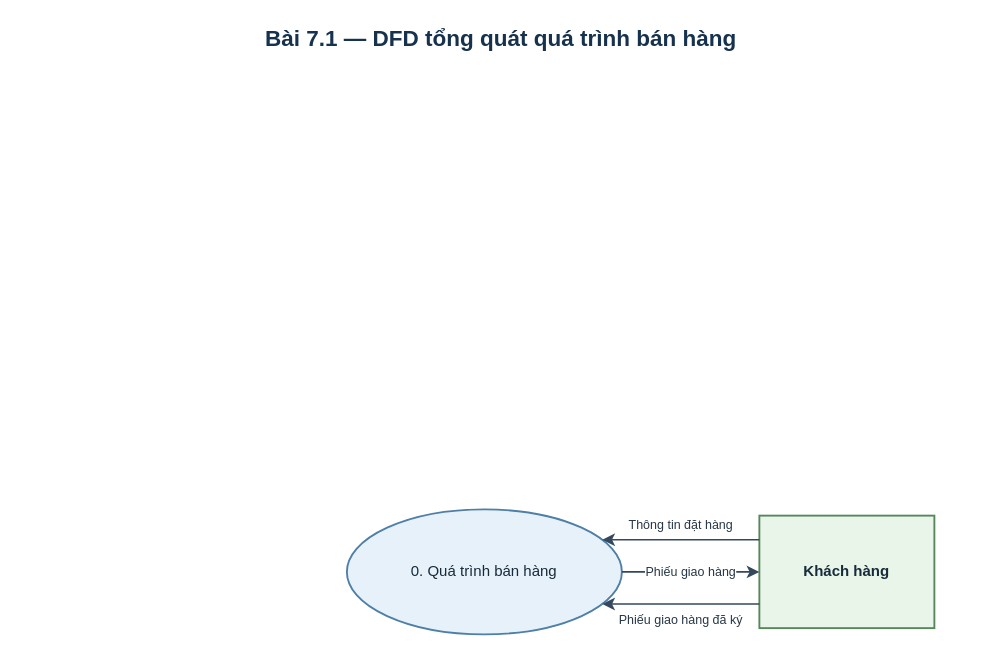
saigonbaddielover/thtrang keeps this draw.io diagram as assets/drawio/09_sales_context_dfd.drawio. Above is the earlier version. Source tidied: cells renumbered, new cells numbered last; positions are measured from the earlier drawing's top-left corner, leaving out a move shared by most shapes. Both pictures are drawn from the tidied source at 125%, with x=0, y=0 at pixel (21, 21).
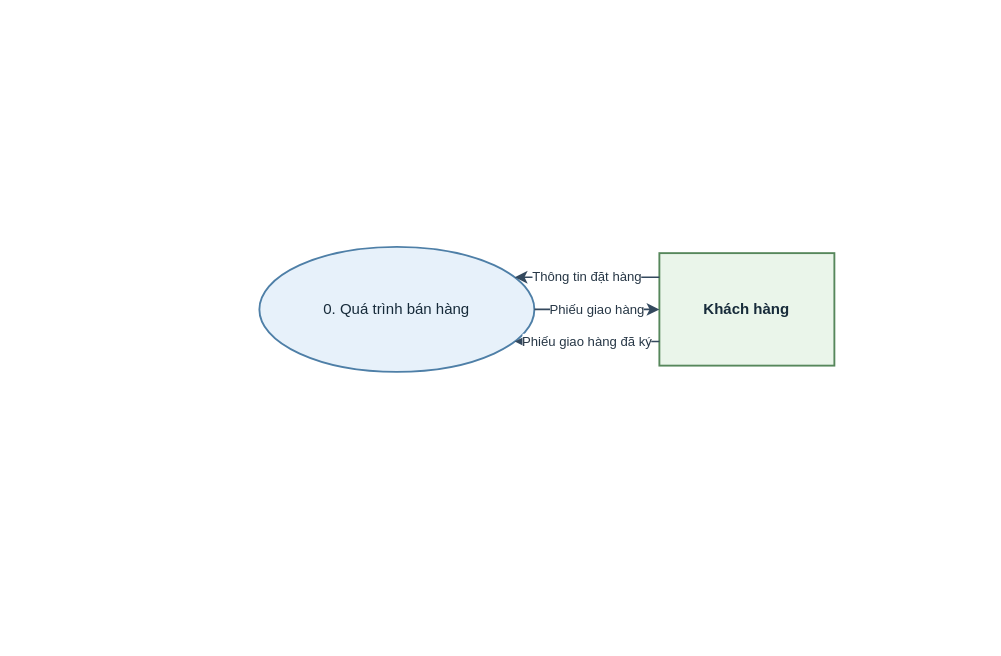
After the change.

The edit, as a diff of the source:
```diff
@@
 <mxGraphModel>
   <root>
     <mxCell id="0" />
     <mxCell id="1" parent="0" />
-    <mxCell id="2" value="Bài 7.1 — DFD tổng quát quá trình bán hàng" style="text;html=1;whiteSpace=wrap;align=center;verticalAlign=middle;fontFamily=Arial;fontSize=18;fontStyle=1;fontColor=#17324D;strokeColor=none;fillColor=none;" parent="1" vertex="1">
-      <mxGeometry width="767" height="28" as="geometry" />
-    </mxCell>
     <mxCell id="3" value="0. Quá trình bán hàng" style="shape=ellipse;perimeter=ellipsePerimeter;html=1;whiteSpace=wrap;fontFamily=Arial;align=center;verticalAlign=middle;fontColor=#172B3A; fontSize=11;spacing=5;fillColor=#E7F1FA;strokeColor=#4E7FA7;strokeWidth=1.5;" parent="1" vertex="1">
-      <mxGeometry x="260" y="390" width="220" height="100" as="geometry" />
+      <mxGeometry x="190" y="180" width="220" height="100" as="geometry" />
     </mxCell>
     <mxCell id="4" value="Khách hàng" style="rounded=0;html=1;whiteSpace=wrap;fontFamily=Arial;align=center;verticalAlign=middle;fontColor=#172B3A; fontSize=11;fontStyle=1;spacing=5;fillColor=#EAF5EA;strokeColor=#56875B;strokeWidth=1.5;" parent="1" vertex="1">
-      <mxGeometry x="590" y="395" width="140" height="90" as="geometry" />
+      <mxGeometry x="510" y="185" width="140" height="90" as="geometry" />
     </mxCell>
-    <mxCell id="5" value="Thông tin đặt hàng" style="edgeStyle=orthogonalEdgeStyle;rounded=0;jettySize=auto;html=1;fontFamily=Arial;fontSize=10;fontColor=#273746;labelBackgroundColor=#FFFFFF;strokeColor=#34495E;strokeWidth=1.35;endArrow=classic;endFill=1;exitX=0;exitY=0.2142222222;entryX=1;entryY=0.2;" parent="1" edge="1" source="4" target="3">
-      <mxGeometry relative="1" as="geometry">
-        <mxPoint y="-12" as="offset" />
-      </mxGeometry>
+    <mxCell id="5" value="Thông tin đặt hàng" style="edgeStyle=orthogonalEdgeStyle;rounded=0;jettySize=auto;html=1;fontFamily=Arial;fontSize=10.5;fontColor=#273746;labelBackgroundColor=#FFFFFF;strokeColor=#34495E;strokeWidth=1.35;endArrow=classic;endFill=1;exitX=0;exitY=0.2142222222;entryX=1;entryY=0.2;" parent="1" edge="1" source="4" target="3">
+      <mxGeometry relative="1" as="geometry" />
     </mxCell>
-    <mxCell id="6" value="Phiếu giao hàng" style="edgeStyle=orthogonalEdgeStyle;rounded=0;jettySize=auto;html=1;fontFamily=Arial;fontSize=10;fontColor=#273746;labelBackgroundColor=#FFFFFF;strokeColor=#34495E;strokeWidth=1.35;endArrow=classic;endFill=1;exitX=1;exitY=0.5;entryX=0;entryY=0.5;" parent="1" edge="1" source="3" target="4">
+    <mxCell id="6" value="Phiếu giao hàng" style="edgeStyle=orthogonalEdgeStyle;rounded=0;jettySize=auto;html=1;fontFamily=Arial;fontSize=10.5;fontColor=#273746;labelBackgroundColor=#FFFFFF;strokeColor=#34495E;strokeWidth=1.35;endArrow=classic;endFill=1;exitX=1;exitY=0.5;entryX=0;entryY=0.5;" parent="1" edge="1" source="3" target="4">
       <mxGeometry relative="1" as="geometry" />
     </mxCell>
-    <mxCell id="7" value="Phiếu giao hàng đã ký" style="edgeStyle=orthogonalEdgeStyle;rounded=0;jettySize=auto;html=1;fontFamily=Arial;fontSize=10;fontColor=#273746;labelBackgroundColor=#FFFFFF;strokeColor=#34495E;strokeWidth=1.35;endArrow=classic;endFill=1;exitX=0;exitY=0.7857777778;entryX=1;entryY=0.8;" parent="1" edge="1" source="4" target="3">
-      <mxGeometry relative="1" as="geometry">
-        <mxPoint y="12" as="offset" />
-      </mxGeometry>
+    <mxCell id="7" value="Phiếu giao hàng đã ký" style="edgeStyle=orthogonalEdgeStyle;rounded=0;jettySize=auto;html=1;fontFamily=Arial;fontSize=10.5;fontColor=#273746;labelBackgroundColor=#FFFFFF;strokeColor=#34495E;strokeWidth=1.35;endArrow=classic;endFill=1;exitX=0;exitY=0.7857777778;entryX=1;entryY=0.8;" parent="1" edge="1" source="4" target="3">
+      <mxGeometry relative="1" as="geometry" />
     </mxCell>
   </root>
 </mxGraphModel>
```
